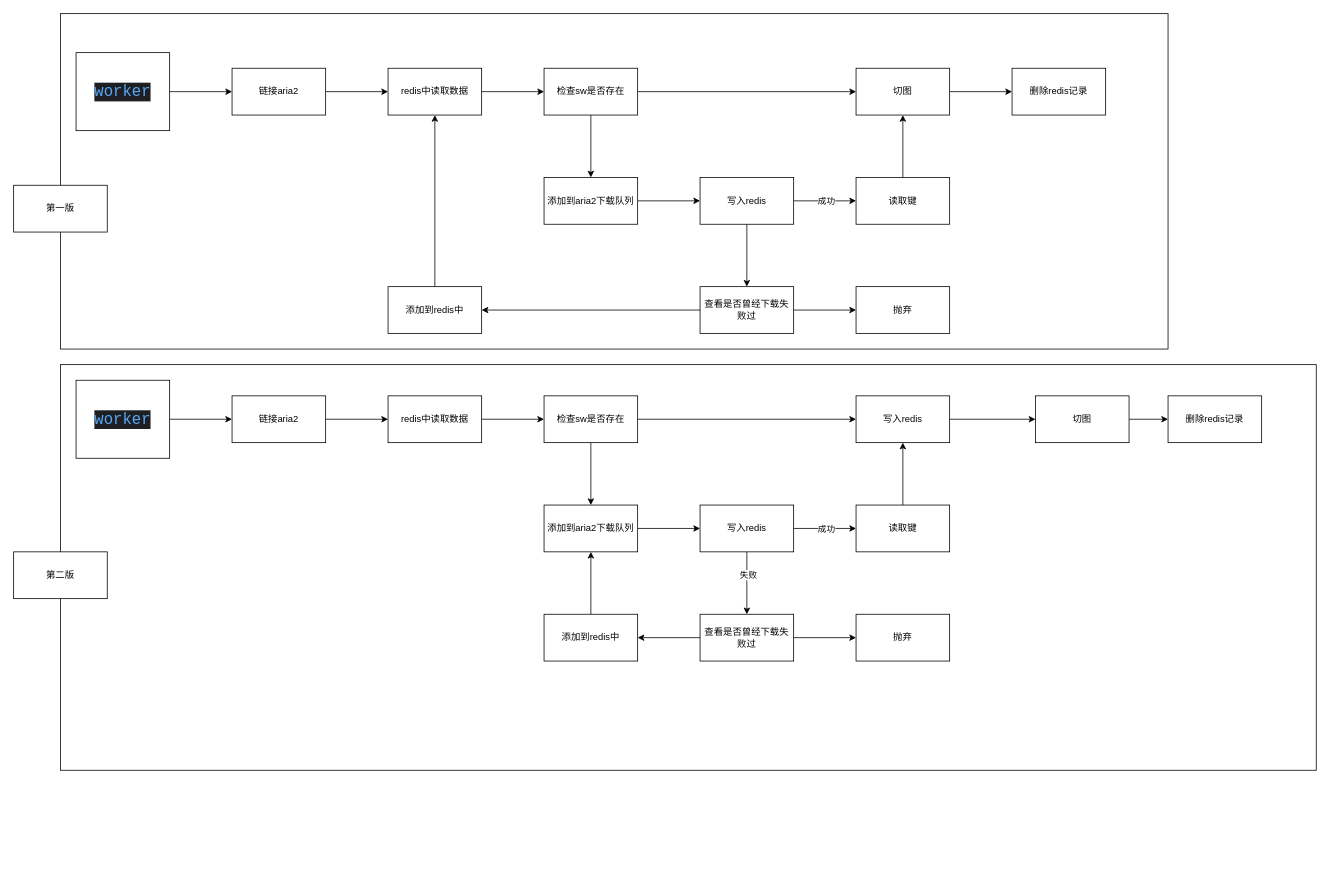
The draw.io diagram aria2工作流程.drawio in MapleJourney/diagram, before the edit. Source tidied: cells renumbered, new cells numbered last; positions are measured from the earlier drawing's top-left corner, leaving out a move shared by most shapes. Both pictures are drawn from the tidied source at 78%, with x=0, y=0 at pixel (13, 13).
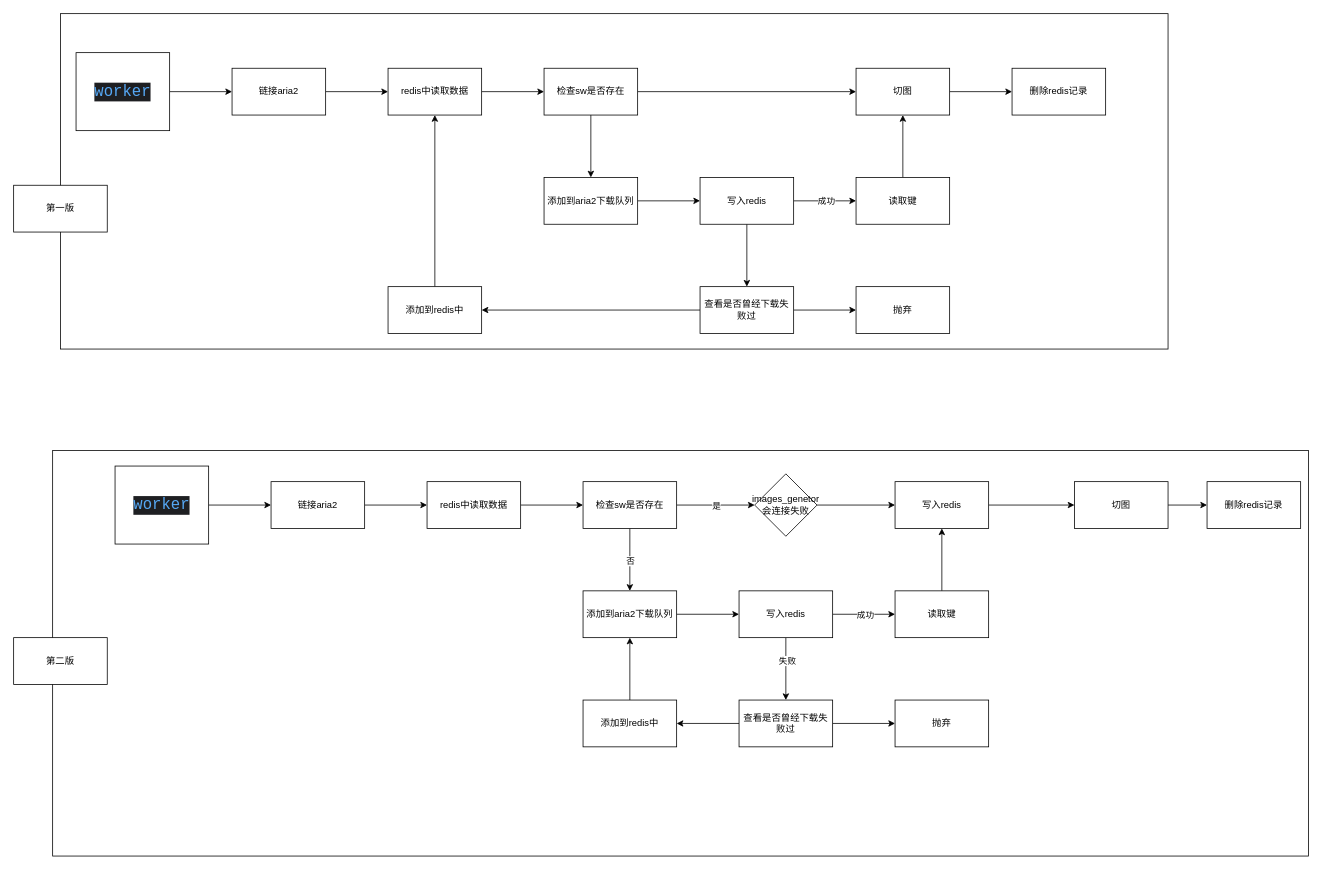
After the change.

Commit message:
更新aria2工作流程.drawio

Unchanged cells that the change refers to:
```xml
<mxCell id="36" style="edgeStyle=orthogonalEdgeStyle;rounded=0;jettySize=auto;html=1;" parent="1" edge="1" source="38" target="40">
  <mxGeometry relative="1" as="geometry" />
</mxCell>
```

Change to the diagram source:
```diff
@@
     <mxCell id="2" style="rounded=0;whiteSpace=wrap;html=1;" parent="1" vertex="1">
-      <mxGeometry x="60" y="450" width="1610" height="520" as="geometry" />
+      <mxGeometry x="50" y="560" width="1610" height="520" as="geometry" />
     </mxCell>
@@
     <mxCell id="31" value="&lt;div style=&quot;background-color:#1e1f22;color:#bcbec4&quot;&gt;&lt;pre style=&quot;font-family:'JetBrains Mono',monospace;font-size:15.0pt;&quot;&gt;&lt;span style=&quot;color:#56a8f5;&quot;&gt;worker&lt;/span&gt;&lt;/pre&gt;&lt;/div&gt;" style="rounded=0;whiteSpace=wrap;html=1;" parent="1" vertex="1">
-      <mxGeometry x="80" y="470" width="120" height="100" as="geometry" />
+      <mxGeometry x="130" y="580" width="120" height="100" as="geometry" />
     </mxCell>
@@
     <mxCell id="33" value="链接aria2" style="whiteSpace=wrap;html=1;rounded=0;" parent="1" vertex="1">
-      <mxGeometry x="280" y="490" width="120" height="60" as="geometry" />
+      <mxGeometry x="330" y="600" width="120" height="60" as="geometry" />
     </mxCell>
@@
     <mxCell id="35" value="redis中读取数据" style="whiteSpace=wrap;html=1;rounded=0;" parent="1" vertex="1">
-      <mxGeometry x="480" y="490" width="120" height="60" as="geometry" />
+      <mxGeometry x="530" y="600" width="120" height="60" as="geometry" />
     </mxCell>
@@
-    <mxCell id="37" style="edgeStyle=orthogonalEdgeStyle;rounded=0;jettySize=auto;html=1;entryX=0;entryY=0.5;entryDx=0;entryDy=0;" parent="1" edge="1" source="38" target="58">
-      <mxGeometry relative="1" as="geometry" />
-    </mxCell>
+    <mxCell id="61" value="否" style="edgeLabel;html=1;align=center;verticalAlign=middle;" parent="36" vertex="1">
+      <mxGeometry x="0.03" relative="1" as="geometry" />
+    </mxCell>
+    <mxCell id="62" style="edgeStyle=orthogonalEdgeStyle;rounded=0;jettySize=auto;html=1;" parent="1" edge="1" source="38" target="65">
+      <mxGeometry relative="1" as="geometry" />
+    </mxCell>
+    <mxCell id="63" value="是" style="edgeLabel;html=1;align=center;verticalAlign=middle;" parent="62" vertex="1">
+      <mxGeometry y="-1" relative="1" as="geometry">
+        <mxPoint y="-1" as="offset" />
+      </mxGeometry>
+    </mxCell>
     <mxCell id="38" value="检查sw是否存在" style="whiteSpace=wrap;html=1;rounded=0;" parent="1" vertex="1">
-      <mxGeometry x="680" y="490" width="120" height="60" as="geometry" />
+      <mxGeometry x="730" y="600" width="120" height="60" as="geometry" />
     </mxCell>
@@
     <mxCell id="40" value="添加到aria2下载队列" style="whiteSpace=wrap;html=1;rounded=0;" parent="1" vertex="1">
-      <mxGeometry x="680" y="630" width="120" height="60" as="geometry" />
+      <mxGeometry x="730" y="740" width="120" height="60" as="geometry" />
     </mxCell>
@@
     <mxCell id="45" value="写入redis" style="whiteSpace=wrap;html=1;rounded=0;" parent="1" vertex="1">
-      <mxGeometry x="880" y="630" width="120" height="60" as="geometry" />
+      <mxGeometry x="930" y="740" width="120" height="60" as="geometry" />
     </mxCell>
@@
     <mxCell id="47" value="读取键" style="whiteSpace=wrap;html=1;rounded=0;" parent="1" vertex="1">
-      <mxGeometry x="1080" y="630" width="120" height="60" as="geometry" />
+      <mxGeometry x="1130" y="740" width="120" height="60" as="geometry" />
     </mxCell>
@@
     <mxCell id="49" value="切图" style="whiteSpace=wrap;html=1;rounded=0;" parent="1" vertex="1">
-      <mxGeometry x="1310" y="490" width="120" height="60" as="geometry" />
+      <mxGeometry x="1360" y="600" width="120" height="60" as="geometry" />
     </mxCell>
     <mxCell id="50" value="删除redis记录" style="whiteSpace=wrap;html=1;rounded=0;" parent="1" vertex="1">
-      <mxGeometry x="1480" y="490" width="120" height="60" as="geometry" />
+      <mxGeometry x="1530" y="600" width="120" height="60" as="geometry" />
     </mxCell>
@@
     <mxCell id="53" value="查看是否曾经下载失败过" style="whiteSpace=wrap;html=1;rounded=0;" parent="1" vertex="1">
-      <mxGeometry x="880" y="770" width="120" height="60" as="geometry" />
+      <mxGeometry x="930" y="880" width="120" height="60" as="geometry" />
     </mxCell>
     <mxCell id="54" value="抛弃" style="whiteSpace=wrap;html=1;rounded=0;" parent="1" vertex="1">
-      <mxGeometry x="1080" y="770" width="120" height="60" as="geometry" />
+      <mxGeometry x="1130" y="880" width="120" height="60" as="geometry" />
     </mxCell>
@@
     <mxCell id="56" value="添加到redis中" style="whiteSpace=wrap;html=1;rounded=0;" parent="1" vertex="1">
-      <mxGeometry x="680" y="770" width="120" height="60" as="geometry" />
+      <mxGeometry x="730" y="880" width="120" height="60" as="geometry" />
     </mxCell>
@@
     <mxCell id="58" value="写入redis" style="whiteSpace=wrap;html=1;rounded=0;" parent="1" vertex="1">
-      <mxGeometry x="1080" y="490" width="120" height="60" as="geometry" />
+      <mxGeometry x="1130" y="600" width="120" height="60" as="geometry" />
     </mxCell>
@@
     <mxCell id="60" value="第二版" style="rounded=0;whiteSpace=wrap;html=1;" parent="1" vertex="1">
-      <mxGeometry y="690" width="120" height="60" as="geometry" />
+      <mxGeometry y="800" width="120" height="60" as="geometry" />
     </mxCell>
+    <mxCell id="64" style="edgeStyle=orthogonalEdgeStyle;rounded=0;jettySize=auto;html=1;" parent="1" edge="1" source="65" target="58">
+      <mxGeometry relative="1" as="geometry" />
+    </mxCell>
+    <mxCell id="65" value="images_genetor&lt;br&gt;会连接失败" style="rhombus;whiteSpace=wrap;html=1;rounded=0;" parent="1" vertex="1">
+      <mxGeometry x="950" y="590" width="80" height="80" as="geometry" />
+    </mxCell>
```
